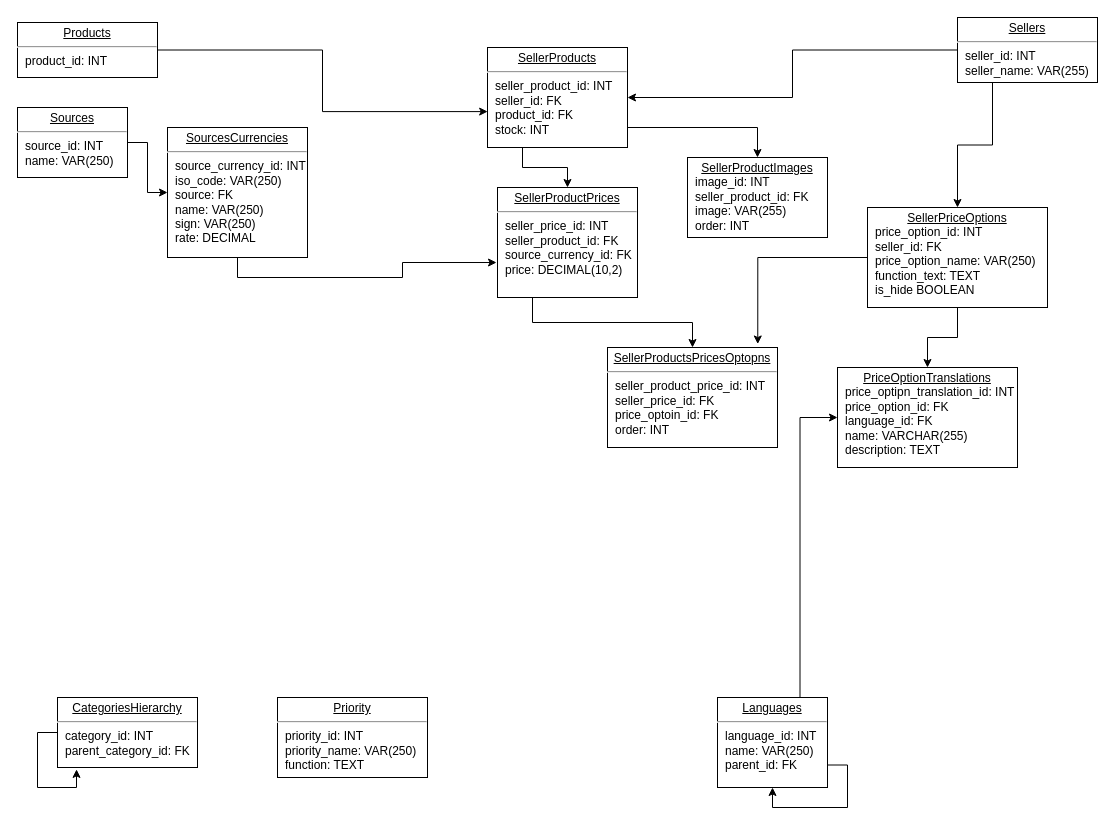
Before: Диаграмма без названия.drawio in vinter-man/db_draw_io, a draw.io diagram. Source tidied: cells renumbered, new cells numbered last; positions are measured from the earlier drawing's top-left corner, leaving out a move shared by most shapes. Both pictures are drawn from the tidied source at 100%, with x=0, y=0 at pixel (17, 17).
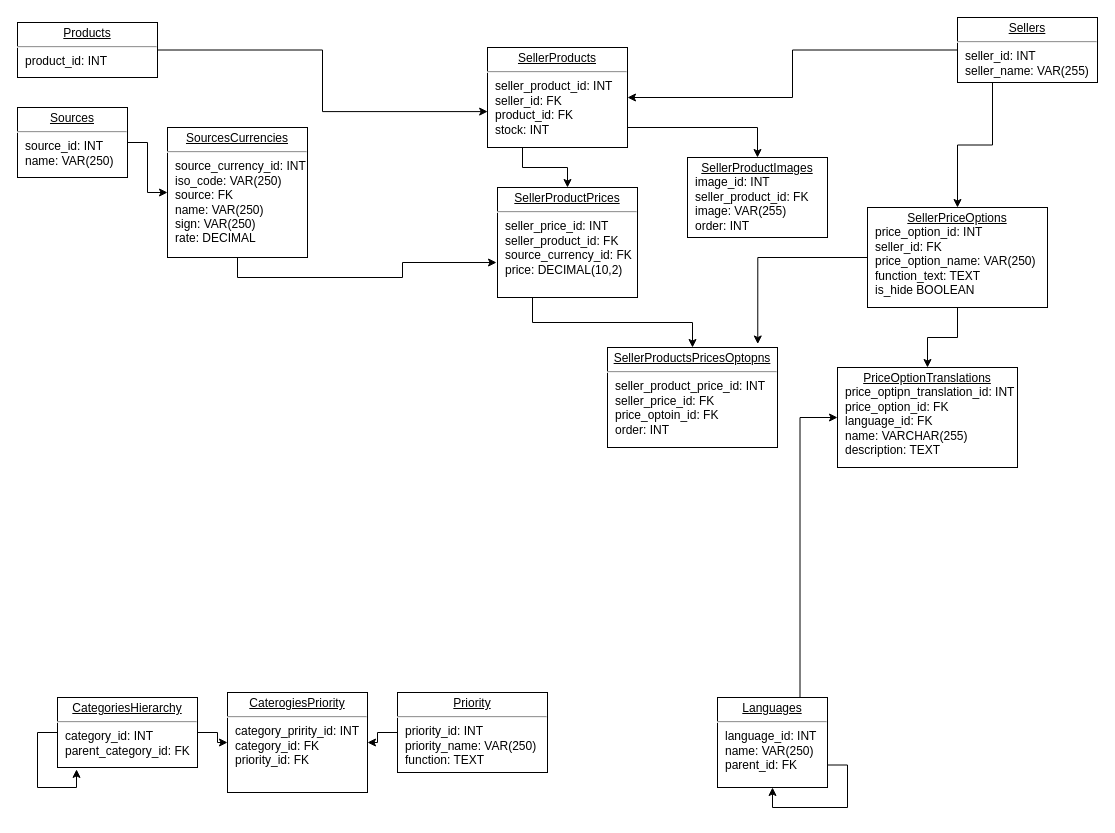
After the change.

Commit message:
add category priority

The change refers to these unchanged cells:
```xml
<mxCell id="25" value="&lt;p style=&quot;margin: 0px ; margin-top: 4px ; text-align: center ; text-decoration: underline&quot;&gt;CategoriesHierarchy&lt;/p&gt;&lt;hr&gt;&lt;p style=&quot;margin: 0px ; margin-left: 8px&quot;&gt;category_id: INT&lt;/p&gt;&lt;p style=&quot;margin: 0px ; margin-left: 8px&quot;&gt;parent_category_id: FK&lt;/p&gt;&lt;p style=&quot;margin: 0px ; margin-left: 8px&quot;&gt;&lt;br&gt;&lt;/p&gt;" style="verticalAlign=top;align=left;overflow=fill;fontSize=12;fontFamily=Helvetica;html=1;rounded=0;shadow=0;comic=0;labelBackgroundColor=none;strokeWidth=1;" parent="1" vertex="1">
  <mxGeometry x="40" y="680" width="140" height="70" as="geometry" />
</mxCell>
```

What changed in the source:
```diff
@@
+    <mxCell id="28" style="edgeStyle=orthogonalEdgeStyle;rounded=0;jettySize=auto;html=1;exitX=1;exitY=0.5;exitDx=0;exitDy=0;" parent="1" edge="1" source="25" target="30">
+      <mxGeometry relative="1" as="geometry" />
+    </mxCell>
@@
+    <mxCell id="29" style="edgeStyle=orthogonalEdgeStyle;rounded=0;jettySize=auto;html=1;exitX=0;exitY=0.5;exitDx=0;exitDy=0;" parent="1" edge="1" source="27" target="30">
+      <mxGeometry relative="1" as="geometry" />
+    </mxCell>
     <mxCell id="27" value="&lt;p style=&quot;margin: 0px ; margin-top: 4px ; text-align: center ; text-decoration: underline&quot;&gt;Priority&lt;/p&gt;&lt;hr&gt;&lt;p style=&quot;margin: 0px ; margin-left: 8px&quot;&gt;priority_id: INT&lt;/p&gt;&lt;p style=&quot;margin: 0px ; margin-left: 8px&quot;&gt;priority_name: VAR(250)&lt;/p&gt;&lt;p style=&quot;margin: 0px ; margin-left: 8px&quot;&gt;function: TEXT&lt;/p&gt;&lt;p style=&quot;margin: 0px ; margin-left: 8px&quot;&gt;&lt;br&gt;&lt;/p&gt;" style="verticalAlign=top;align=left;overflow=fill;fontSize=12;fontFamily=Helvetica;html=1;rounded=0;shadow=0;comic=0;labelBackgroundColor=none;strokeWidth=1;" parent="1" vertex="1">
-      <mxGeometry x="260" y="680" width="150" height="80" as="geometry" />
+      <mxGeometry x="380" y="675" width="150" height="80" as="geometry" />
     </mxCell>
+    <mxCell id="30" value="&lt;p style=&quot;margin: 0px ; margin-top: 4px ; text-align: center ; text-decoration: underline&quot;&gt;CaterogiesPriority&lt;/p&gt;&lt;hr&gt;&lt;p style=&quot;margin: 0px ; margin-left: 8px&quot;&gt;category_pririty_id: INT&lt;/p&gt;&lt;p style=&quot;margin: 0px ; margin-left: 8px&quot;&gt;category_id: FK&lt;/p&gt;&lt;p style=&quot;margin: 0px ; margin-left: 8px&quot;&gt;priority_id: FK&lt;/p&gt;&lt;p style=&quot;margin: 0px ; margin-left: 8px&quot;&gt;&lt;br&gt;&lt;/p&gt;&lt;p style=&quot;margin: 0px ; margin-left: 8px&quot;&gt;&lt;br&gt;&lt;/p&gt;" style="verticalAlign=top;align=left;overflow=fill;fontSize=12;fontFamily=Helvetica;html=1;rounded=0;shadow=0;comic=0;labelBackgroundColor=none;strokeWidth=1;" parent="1" vertex="1">
+      <mxGeometry x="210" y="675" width="140" height="100" as="geometry" />
+    </mxCell>
```
